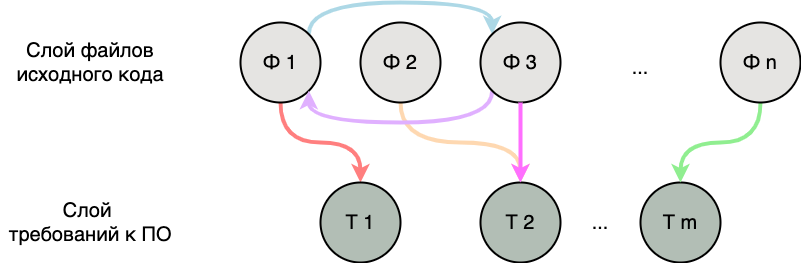
This is images/original_count.png from Dambr/yewking, a draw.io export, as it was before one commit. Source tidied: cells renumbered, new cells last; positions are measured from the earlier drawing's top-left corner, leaving out a move shared by most shapes.
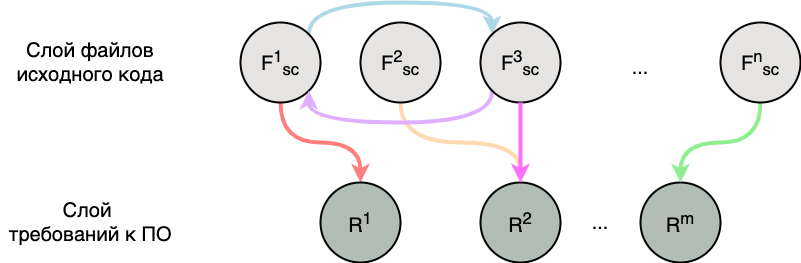
The same diagram one commit later.

Change to the diagram source:
```diff
@@ -13,13 +13,13 @@
     <mxCell id="3" style="edgeStyle=orthogonalEdgeStyle;curved=1;rounded=0;jettySize=auto;html=1;exitX=0.5;exitY=1;exitDx=0;exitDy=0;entryX=0.5;entryY=0;entryDx=0;entryDy=0;strokeWidth=4;strokeColor=#FF7F7F;" parent="1" edge="1" source="4" target="9">
       <mxGeometry relative="1" as="geometry" />
     </mxCell>
-    <mxCell id="4" value="Ф 1" style="ellipse;whiteSpace=wrap;html=1;fontSize=20;strokeWidth=2;fillColor=#E5E4E2;" parent="1" vertex="1">
+    <mxCell id="4" value="F&lt;sup&gt;1&lt;/sup&gt;&lt;sub&gt;sc&lt;/sub&gt;" style="ellipse;whiteSpace=wrap;html=1;fontSize=20;strokeWidth=2;fillColor=#E5E4E2;" parent="1" vertex="1">
       <mxGeometry x="240" y="20" width="80" height="80" as="geometry" />
     </mxCell>
     <mxCell id="5" style="edgeStyle=orthogonalEdgeStyle;curved=1;rounded=0;jettySize=auto;html=1;exitX=0.5;exitY=1;exitDx=0;exitDy=0;entryX=0.5;entryY=0;entryDx=0;entryDy=0;strokeWidth=4;strokeColor=#FED8B1;" parent="1" edge="1" source="6" target="10">
       <mxGeometry relative="1" as="geometry" />
     </mxCell>
-    <mxCell id="6" value="Ф 2" style="ellipse;whiteSpace=wrap;html=1;fontSize=20;strokeWidth=2;fillColor=#E5E4E2;" parent="1" vertex="1">
+    <mxCell id="6" value="F&lt;sup&gt;2&lt;/sup&gt;&lt;sub&gt;sc&lt;/sub&gt;" style="ellipse;whiteSpace=wrap;html=1;fontSize=20;strokeWidth=2;fillColor=#E5E4E2;" parent="1" vertex="1">
       <mxGeometry x="360" y="20" width="80" height="80" as="geometry" />
     </mxCell>
     <mxCell id="7" style="edgeStyle=orthogonalEdgeStyle;curved=1;rounded=0;jettySize=auto;html=1;exitX=0;exitY=1;exitDx=0;exitDy=0;entryX=1;entryY=1;entryDx=0;entryDy=0;fontSize=20;strokeWidth=4;strokeColor=#E0B0FF;" parent="1" edge="1" source="8" target="4">
@@ -30,16 +30,16 @@
         </Array>
       </mxGeometry>
     </mxCell>
-    <mxCell id="8" value="Ф 3" style="ellipse;whiteSpace=wrap;html=1;fontSize=20;strokeWidth=2;fillColor=#E5E4E2;" parent="1" vertex="1">
+    <mxCell id="8" value="F&lt;sup&gt;3&lt;/sup&gt;&lt;sub&gt;sc&lt;/sub&gt;" style="ellipse;whiteSpace=wrap;html=1;fontSize=20;strokeWidth=2;fillColor=#E5E4E2;" parent="1" vertex="1">
       <mxGeometry x="480" y="20" width="80" height="80" as="geometry" />
     </mxCell>
-    <mxCell id="9" value="Т 1" style="ellipse;whiteSpace=wrap;html=1;fontSize=20;strokeWidth=2;fillColor=#B2BEB5;" parent="1" vertex="1">
+    <mxCell id="9" value="R&lt;sup&gt;1&lt;/sup&gt;" style="ellipse;whiteSpace=wrap;html=1;fontSize=20;strokeWidth=2;fillColor=#B2BEB5;" parent="1" vertex="1">
       <mxGeometry x="320" y="180" width="80" height="80" as="geometry" />
     </mxCell>
-    <mxCell id="10" value="Т 2" style="ellipse;whiteSpace=wrap;html=1;fontSize=20;strokeWidth=2;fillColor=#B2BEB5;" parent="1" vertex="1">
+    <mxCell id="10" value="R&lt;sup&gt;2&lt;/sup&gt;" style="ellipse;whiteSpace=wrap;html=1;fontSize=20;strokeWidth=2;fillColor=#B2BEB5;" parent="1" vertex="1">
       <mxGeometry x="480" y="180" width="80" height="80" as="geometry" />
     </mxCell>
-    <mxCell id="11" value="Т m" style="ellipse;whiteSpace=wrap;html=1;fontSize=20;strokeWidth=2;fillColor=#B2BEB5;" parent="1" vertex="1">
+    <mxCell id="11" value="R&lt;sup&gt;m&lt;/sup&gt;" style="ellipse;whiteSpace=wrap;html=1;fontSize=20;strokeWidth=2;fillColor=#B2BEB5;" parent="1" vertex="1">
       <mxGeometry x="640" y="180" width="80" height="80" as="geometry" />
     </mxCell>
     <mxCell id="12" value="..." style="text;html=1;align=center;verticalAlign=middle;whiteSpace=wrap;rounded=0;fontSize=20;strokeWidth=2;" parent="1" vertex="1">
@@ -48,7 +48,7 @@
     <mxCell id="13" style="edgeStyle=orthogonalEdgeStyle;curved=1;rounded=0;jettySize=auto;html=1;exitX=0.5;exitY=1;exitDx=0;exitDy=0;entryX=0.5;entryY=0;entryDx=0;entryDy=0;strokeWidth=4;strokeColor=#90EE90;" parent="1" edge="1" source="14" target="11">
       <mxGeometry relative="1" as="geometry" />
     </mxCell>
-    <mxCell id="14" value="Ф n" style="ellipse;whiteSpace=wrap;html=1;fontSize=20;strokeWidth=2;fillColor=#E5E4E2;" parent="1" vertex="1">
+    <mxCell id="14" value="F&lt;sup&gt;n&lt;/sup&gt;&lt;sub&gt;sc&lt;/sub&gt;" style="ellipse;whiteSpace=wrap;html=1;fontSize=20;strokeWidth=2;fillColor=#E5E4E2;" parent="1" vertex="1">
       <mxGeometry x="720" y="20" width="80" height="80" as="geometry" />
     </mxCell>
     <mxCell id="15" value="..." style="text;html=1;align=center;verticalAlign=middle;whiteSpace=wrap;rounded=0;fontSize=20;strokeWidth=2;" parent="1" vertex="1">
```
